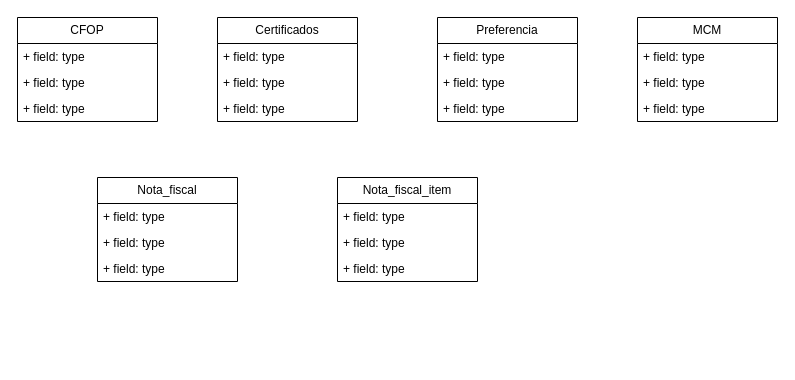
Above: page "Fiscal" (4 of 4) of Diagrama sem nome.drawio in FSOFTSistemas/Lago (draw.io), before the change. Source tidied: cells renumbered, new cells numbered last; positions are measured from the earlier drawing's top-left corner, leaving out a move shared by most shapes. Both pictures are drawn from the tidied source at 100%, with x=0, y=0 at pixel (17, 17).
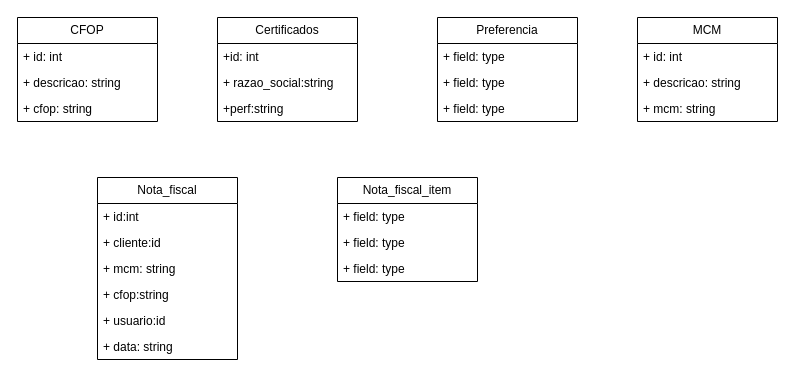
The same diagram, later.

The change refers to these unchanged cells:
```xml
<mxCell id="6" value="MCM" style="swimlane;fontStyle=0;horizontal=1;startSize=26;fillColor=none;whiteSpace=wrap;html=1;" parent="1" vertex="1">
  <mxGeometry x="620" width="140" height="104" as="geometry" />
</mxCell>
<mxCell id="10" value="CFOP" style="swimlane;fontStyle=0;horizontal=1;startSize=26;fillColor=none;whiteSpace=wrap;html=1;" parent="1" vertex="1">
  <mxGeometry width="140" height="104" as="geometry" />
</mxCell>
<mxCell id="14" value="Certificados" style="swimlane;fontStyle=0;horizontal=1;startSize=26;fillColor=none;whiteSpace=wrap;html=1;" parent="1" vertex="1">
  <mxGeometry x="200" width="140" height="104" as="geometry" />
</mxCell>
```

Diff of the diagram source:
```diff
@@
-    <mxCell id="7" value="+ field: type" style="text;strokeColor=none;fillColor=none;align=left;verticalAlign=top;spacingLeft=4;spacingRight=4;overflow=hidden;whiteSpace=wrap;html=1;" parent="6" vertex="1">
+    <mxCell id="7" value="+ id: int" style="text;strokeColor=none;fillColor=none;align=left;verticalAlign=top;spacingLeft=4;spacingRight=4;overflow=hidden;whiteSpace=wrap;html=1;" parent="6" vertex="1">
       <mxGeometry y="26" width="140" height="26" as="geometry" />
     </mxCell>
-    <mxCell id="8" value="+ field: type" style="text;strokeColor=none;fillColor=none;align=left;verticalAlign=top;spacingLeft=4;spacingRight=4;overflow=hidden;whiteSpace=wrap;html=1;" parent="6" vertex="1">
+    <mxCell id="8" value="+ descricao: string" style="text;strokeColor=none;fillColor=none;align=left;verticalAlign=top;spacingLeft=4;spacingRight=4;overflow=hidden;whiteSpace=wrap;html=1;" parent="6" vertex="1">
       <mxGeometry y="52" width="140" height="26" as="geometry" />
     </mxCell>
-    <mxCell id="9" value="+ field: type" style="text;strokeColor=none;fillColor=none;align=left;verticalAlign=top;spacingLeft=4;spacingRight=4;overflow=hidden;whiteSpace=wrap;html=1;" parent="6" vertex="1">
+    <mxCell id="9" value="+ mcm: string" style="text;strokeColor=none;fillColor=none;align=left;verticalAlign=top;spacingLeft=4;spacingRight=4;overflow=hidden;whiteSpace=wrap;html=1;" parent="6" vertex="1">
       <mxGeometry y="78" width="140" height="26" as="geometry" />
     </mxCell>
@@
-    <mxCell id="11" value="+ field: type" style="text;strokeColor=none;fillColor=none;align=left;verticalAlign=top;spacingLeft=4;spacingRight=4;overflow=hidden;whiteSpace=wrap;html=1;" parent="10" vertex="1">
+    <mxCell id="11" value="+ id: int" style="text;strokeColor=none;fillColor=none;align=left;verticalAlign=top;spacingLeft=4;spacingRight=4;overflow=hidden;whiteSpace=wrap;html=1;" parent="10" vertex="1">
       <mxGeometry y="26" width="140" height="26" as="geometry" />
     </mxCell>
-    <mxCell id="12" value="+ field: type" style="text;strokeColor=none;fillColor=none;align=left;verticalAlign=top;spacingLeft=4;spacingRight=4;overflow=hidden;whiteSpace=wrap;html=1;" parent="10" vertex="1">
+    <mxCell id="12" value="+ descricao: string" style="text;strokeColor=none;fillColor=none;align=left;verticalAlign=top;spacingLeft=4;spacingRight=4;overflow=hidden;whiteSpace=wrap;html=1;" parent="10" vertex="1">
       <mxGeometry y="52" width="140" height="26" as="geometry" />
     </mxCell>
-    <mxCell id="13" value="+ field: type" style="text;strokeColor=none;fillColor=none;align=left;verticalAlign=top;spacingLeft=4;spacingRight=4;overflow=hidden;whiteSpace=wrap;html=1;" parent="10" vertex="1">
+    <mxCell id="13" value="+ cfop: string" style="text;strokeColor=none;fillColor=none;align=left;verticalAlign=top;spacingLeft=4;spacingRight=4;overflow=hidden;whiteSpace=wrap;html=1;" parent="10" vertex="1">
       <mxGeometry y="78" width="140" height="26" as="geometry" />
     </mxCell>
@@
-    <mxCell id="15" value="+ field: type" style="text;strokeColor=none;fillColor=none;align=left;verticalAlign=top;spacingLeft=4;spacingRight=4;overflow=hidden;whiteSpace=wrap;html=1;" parent="14" vertex="1">
+    <mxCell id="15" value="+id: int" style="text;strokeColor=none;fillColor=none;align=left;verticalAlign=top;spacingLeft=4;spacingRight=4;overflow=hidden;whiteSpace=wrap;html=1;" parent="14" vertex="1">
       <mxGeometry y="26" width="140" height="26" as="geometry" />
     </mxCell>
-    <mxCell id="16" value="+ field: type" style="text;strokeColor=none;fillColor=none;align=left;verticalAlign=top;spacingLeft=4;spacingRight=4;overflow=hidden;whiteSpace=wrap;html=1;" parent="14" vertex="1">
+    <mxCell id="16" value="+ razao_social:string" style="text;strokeColor=none;fillColor=none;align=left;verticalAlign=top;spacingLeft=4;spacingRight=4;overflow=hidden;whiteSpace=wrap;html=1;" parent="14" vertex="1">
       <mxGeometry y="52" width="140" height="26" as="geometry" />
     </mxCell>
-    <mxCell id="17" value="+ field: type" style="text;strokeColor=none;fillColor=none;align=left;verticalAlign=top;spacingLeft=4;spacingRight=4;overflow=hidden;whiteSpace=wrap;html=1;" parent="14" vertex="1">
+    <mxCell id="17" value="+perf:string" style="text;strokeColor=none;fillColor=none;align=left;verticalAlign=top;spacingLeft=4;spacingRight=4;overflow=hidden;whiteSpace=wrap;html=1;" parent="14" vertex="1">
       <mxGeometry y="78" width="140" height="26" as="geometry" />
     </mxCell>
     <mxCell id="18" value="Nota_fiscal" style="swimlane;fontStyle=0;horizontal=1;startSize=26;fillColor=none;whiteSpace=wrap;html=1;" parent="1" vertex="1">
-      <mxGeometry x="80" y="160" width="140" height="104" as="geometry" />
+      <mxGeometry x="80" y="160" width="140" height="182" as="geometry" />
     </mxCell>
-    <mxCell id="19" value="+ field: type" style="text;strokeColor=none;fillColor=none;align=left;verticalAlign=top;spacingLeft=4;spacingRight=4;overflow=hidden;whiteSpace=wrap;html=1;" parent="18" vertex="1">
+    <mxCell id="19" value="+ id:int" style="text;strokeColor=none;fillColor=none;align=left;verticalAlign=top;spacingLeft=4;spacingRight=4;overflow=hidden;whiteSpace=wrap;html=1;" parent="18" vertex="1">
       <mxGeometry y="26" width="140" height="26" as="geometry" />
     </mxCell>
-    <mxCell id="20" value="+ field: type" style="text;strokeColor=none;fillColor=none;align=left;verticalAlign=top;spacingLeft=4;spacingRight=4;overflow=hidden;whiteSpace=wrap;html=1;" parent="18" vertex="1">
+    <mxCell id="20" value="+ cliente:id" style="text;strokeColor=none;fillColor=none;align=left;verticalAlign=top;spacingLeft=4;spacingRight=4;overflow=hidden;whiteSpace=wrap;html=1;" parent="18" vertex="1">
       <mxGeometry y="52" width="140" height="26" as="geometry" />
     </mxCell>
+    <mxCell id="26" value="+ mcm: string" style="text;strokeColor=none;fillColor=none;align=left;verticalAlign=top;spacingLeft=4;spacingRight=4;overflow=hidden;whiteSpace=wrap;html=1;" parent="18" vertex="1">
+      <mxGeometry y="78" width="140" height="26" as="geometry" />
+    </mxCell>
+    <mxCell id="27" value="+ cfop:string" style="text;strokeColor=none;fillColor=none;align=left;verticalAlign=top;spacingLeft=4;spacingRight=4;overflow=hidden;whiteSpace=wrap;html=1;" parent="18" vertex="1">
+      <mxGeometry y="104" width="140" height="26" as="geometry" />
+    </mxCell>
+    <mxCell id="28" value="+ usuario:id" style="text;strokeColor=none;fillColor=none;align=left;verticalAlign=top;spacingLeft=4;spacingRight=4;overflow=hidden;whiteSpace=wrap;html=1;" parent="18" vertex="1">
+      <mxGeometry y="130" width="140" height="26" as="geometry" />
+    </mxCell>
-    <mxCell id="21" value="+ field: type" style="text;strokeColor=none;fillColor=none;align=left;verticalAlign=top;spacingLeft=4;spacingRight=4;overflow=hidden;whiteSpace=wrap;html=1;" parent="18" vertex="1">
-      <mxGeometry y="78" width="140" height="26" as="geometry" />
+    <mxCell id="21" value="+ data: string" style="text;strokeColor=none;fillColor=none;align=left;verticalAlign=top;spacingLeft=4;spacingRight=4;overflow=hidden;whiteSpace=wrap;html=1;" parent="18" vertex="1">
+      <mxGeometry y="156" width="140" height="26" as="geometry" />
     </mxCell>
```
